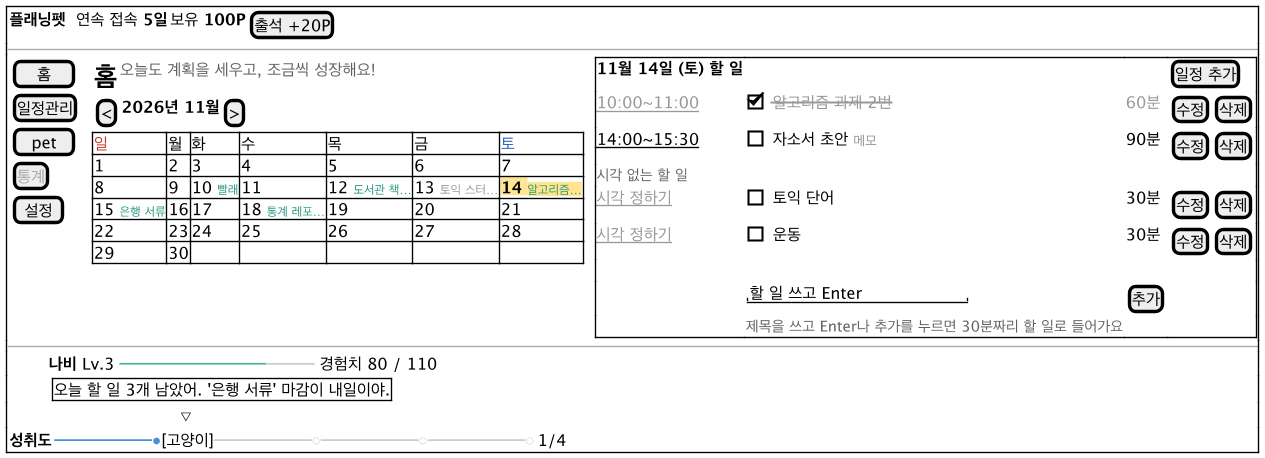
This is docs/diagrams/ui-main.png from 2026-2-software-system-design-11/planning-pet-app, a PlantUML export, as it was before one commit.
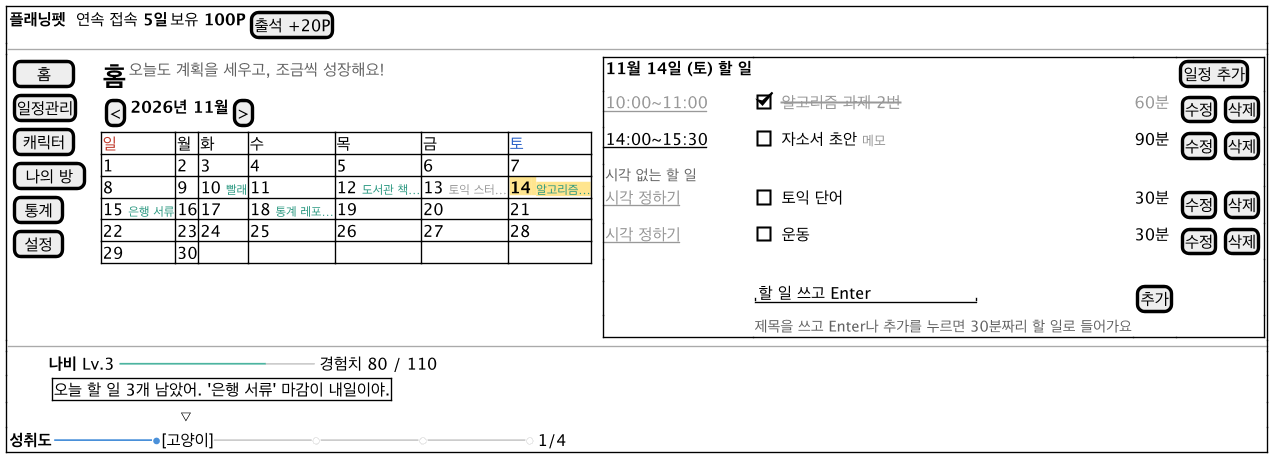
After the commit.

Diff of the diagram source:
```diff
@@ -7,8 +7,9 @@
     {
       [  홈  ]
       [일정관리]
-      [ pet ]
-      [<color:#AAAAAA>통계</color>]
+      [ 캐릭터 ]
+      [ 나의 방 ]
+      [ 통계 ]
       [ 설정 ]
     } | . |
     {
```
